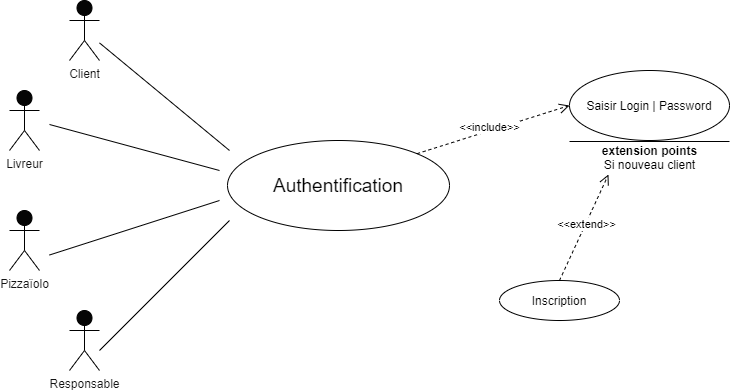
Before: Diag_GestionDuCompte/image4.png, a diagram exported from draw.io (Eidocode/OC_Project4). Source tidied: cells renumbered, new cells last; positions are measured from the earlier drawing's top-left corner, leaving out a move shared by most shapes. The source it was exported from:
```xml
<mxGraphModel>
  <root>
    <mxCell id="0" />
    <mxCell id="1" parent="0" />
    <mxCell id="2" value="Client" style="shape=umlActor;verticalLabelPosition=bottom;labelBackgroundColor=#ffffff;verticalAlign=top;html=1;fillColor=#050505;fontSize=12;fontColor=#141414;align=center;" parent="1" vertex="1">
      <mxGeometry x="60" width="30" height="60" as="geometry" />
    </mxCell>
    <mxCell id="3" value="Livreur" style="shape=umlActor;verticalLabelPosition=bottom;labelBackgroundColor=#ffffff;verticalAlign=top;html=1;fillColor=#050505;fontSize=12;fontColor=#141414;align=center;" parent="1" vertex="1">
      <mxGeometry y="90" width="30" height="60" as="geometry" />
    </mxCell>
    <mxCell id="4" value="Pizzaïolo" style="shape=umlActor;verticalLabelPosition=bottom;labelBackgroundColor=#ffffff;verticalAlign=top;html=1;fillColor=#050505;fontSize=12;fontColor=#141414;align=center;" parent="1" vertex="1">
      <mxGeometry y="210" width="30" height="60" as="geometry" />
    </mxCell>
    <mxCell id="5" value="Responsable" style="shape=umlActor;verticalLabelPosition=bottom;labelBackgroundColor=#ffffff;verticalAlign=top;html=1;fillColor=#050505;fontSize=12;fontColor=#141414;align=center;" parent="1" vertex="1">
      <mxGeometry x="60" y="310" width="30" height="60" as="geometry" />
    </mxCell>
    <mxCell id="6" style="endArrow=none;html=1;fontSize=12;fontColor=#141414;" parent="1" edge="1" source="2">
      <mxGeometry relative="1" as="geometry">
        <mxPoint x="220" y="150" as="targetPoint" />
      </mxGeometry>
    </mxCell>
    <mxCell id="7" style="endArrow=none;html=1;fontSize=12;fontColor=#141414;" parent="1" edge="1">
      <mxGeometry relative="1" as="geometry">
        <mxPoint x="40" y="124" as="sourcePoint" />
        <mxPoint x="210" y="170" as="targetPoint" />
      </mxGeometry>
    </mxCell>
    <mxCell id="8" style="endArrow=none;html=1;fontSize=12;fontColor=#141414;" parent="1" edge="1">
      <mxGeometry relative="1" as="geometry">
        <mxPoint x="90" y="350" as="sourcePoint" />
        <mxPoint x="220" y="220" as="targetPoint" />
      </mxGeometry>
    </mxCell>
    <mxCell id="9" style="endArrow=none;html=1;fontSize=12;fontColor=#141414;" parent="1" edge="1">
      <mxGeometry relative="1" as="geometry">
        <mxPoint x="40" y="254.5" as="sourcePoint" />
        <mxPoint x="210" y="200" as="targetPoint" />
      </mxGeometry>
    </mxCell>
    <mxCell id="10" value="&lt;font style=&quot;font-size: 19px&quot;&gt;Authentification&lt;/font&gt;" style="ellipse;whiteSpace=wrap;html=1;" parent="1" vertex="1">
      <mxGeometry x="218" y="140" width="222" height="90" as="geometry" />
    </mxCell>
    <mxCell id="11" value="Saisir Login | Password" style="ellipse;whiteSpace=wrap;html=1;" parent="1" vertex="1">
      <mxGeometry x="560" y="70" width="160" height="70" as="geometry" />
    </mxCell>
    <mxCell id="12" value="Inscription" style="ellipse;whiteSpace=wrap;html=1;" parent="1" vertex="1">
      <mxGeometry x="490" y="280" width="120" height="40" as="geometry" />
    </mxCell>
    <mxCell id="13" value="&amp;lt;&amp;lt;include&amp;gt;&amp;gt;" style="html=1;verticalAlign=bottom;endArrow=open;dashed=1;endSize=8;entryX=0;entryY=0.5;entryDx=0;entryDy=0;exitX=1;exitY=0;exitDx=0;exitDy=0;" parent="1" edge="1" source="10" target="11">
      <mxGeometry x="-0.07" y="-5" relative="1" as="geometry" />
    </mxCell>
    <mxCell id="14" value="&amp;lt;&amp;lt;extend&amp;gt;&amp;gt;" style="html=1;verticalAlign=bottom;endArrow=open;dashed=1;endSize=8;exitX=0.5;exitY=0;exitDx=0;exitDy=0;entryX=0.127;entryY=1.067;entryDx=0;entryDy=0;entryPerimeter=0;" parent="1" edge="1" source="12" target="16">
      <mxGeometry x="-0.07" y="-5" relative="1" as="geometry" />
    </mxCell>
    <mxCell id="15" style="line;strokeWidth=1;fillColor=none;align=left;verticalAlign=middle;spacingTop=-1;spacingLeft=3;spacingRight=3;labelPosition=right;" parent="1" vertex="1">
      <mxGeometry x="560" y="140" width="160" height="2" as="geometry" />
    </mxCell>
    <mxCell id="16" value="&lt;font style=&quot;font-size: 12px&quot;&gt;&lt;b&gt;extension points&lt;/b&gt;&lt;br&gt;Si nouveau client&lt;/font&gt;" style="text;html=1;align=center;verticalAlign=middle;points=[];" parent="1" vertex="1">
      <mxGeometry x="585" y="142" width="110" height="30" as="geometry" />
    </mxCell>
  </root>
</mxGraphModel>
```
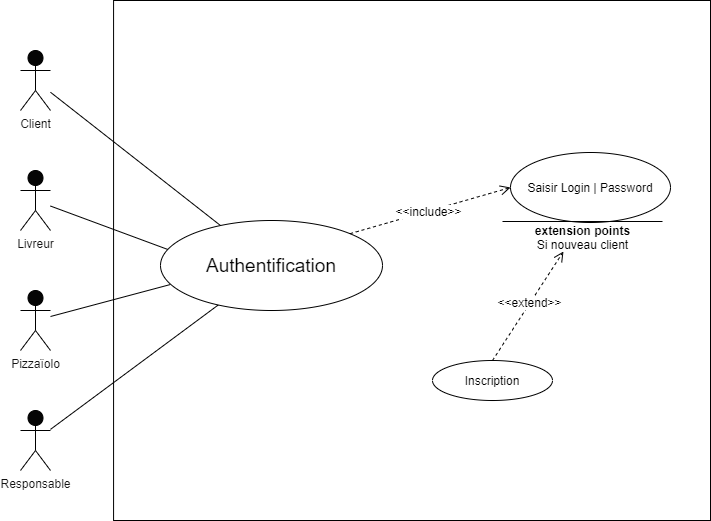
After the commit.

The edit, as a diff of the source:
```diff
@@ -2,61 +2,53 @@
   <root>
     <mxCell id="0" />
     <mxCell id="1" parent="0" />
+    <mxCell id="17" style="rounded=0;whiteSpace=wrap;html=1;fillColor=none;" parent="1" vertex="1">
+      <mxGeometry x="63.1" y="-80" width="596.9" height="520" as="geometry" />
+    </mxCell>
     <mxCell id="2" value="Client" style="shape=umlActor;verticalLabelPosition=bottom;labelBackgroundColor=#ffffff;verticalAlign=top;html=1;fillColor=#050505;fontSize=12;fontColor=#141414;align=center;" parent="1" vertex="1">
-      <mxGeometry x="60" width="30" height="60" as="geometry" />
+      <mxGeometry x="-30" y="-30" width="30" height="60" as="geometry" />
     </mxCell>
     <mxCell id="3" value="Livreur" style="shape=umlActor;verticalLabelPosition=bottom;labelBackgroundColor=#ffffff;verticalAlign=top;html=1;fillColor=#050505;fontSize=12;fontColor=#141414;align=center;" parent="1" vertex="1">
-      <mxGeometry y="90" width="30" height="60" as="geometry" />
+      <mxGeometry x="-30" y="90" width="30" height="60" as="geometry" />
     </mxCell>
     <mxCell id="4" value="Pizzaïolo" style="shape=umlActor;verticalLabelPosition=bottom;labelBackgroundColor=#ffffff;verticalAlign=top;html=1;fillColor=#050505;fontSize=12;fontColor=#141414;align=center;" parent="1" vertex="1">
-      <mxGeometry y="210" width="30" height="60" as="geometry" />
+      <mxGeometry x="-30" y="210" width="30" height="60" as="geometry" />
     </mxCell>
     <mxCell id="5" value="Responsable" style="shape=umlActor;verticalLabelPosition=bottom;labelBackgroundColor=#ffffff;verticalAlign=top;html=1;fillColor=#050505;fontSize=12;fontColor=#141414;align=center;" parent="1" vertex="1">
-      <mxGeometry x="60" y="310" width="30" height="60" as="geometry" />
+      <mxGeometry x="-30" y="330" width="30" height="60" as="geometry" />
     </mxCell>
-    <mxCell id="6" style="endArrow=none;html=1;fontSize=12;fontColor=#141414;" parent="1" edge="1" source="2">
-      <mxGeometry relative="1" as="geometry">
-        <mxPoint x="220" y="150" as="targetPoint" />
-      </mxGeometry>
+    <mxCell id="6" style="endArrow=none;html=1;fontSize=12;fontColor=#141414;" parent="1" edge="1" source="2" target="10">
+      <mxGeometry relative="1" as="geometry" />
     </mxCell>
-    <mxCell id="7" style="endArrow=none;html=1;fontSize=12;fontColor=#141414;" parent="1" edge="1">
-      <mxGeometry relative="1" as="geometry">
-        <mxPoint x="40" y="124" as="sourcePoint" />
-        <mxPoint x="210" y="170" as="targetPoint" />
-      </mxGeometry>
+    <mxCell id="7" style="endArrow=none;html=1;fontSize=12;fontColor=#141414;entryX=0.045;entryY=0.333;entryDx=0;entryDy=0;entryPerimeter=0;" parent="1" edge="1" source="3" target="10">
+      <mxGeometry relative="1" as="geometry" />
     </mxCell>
-    <mxCell id="8" style="endArrow=none;html=1;fontSize=12;fontColor=#141414;" parent="1" edge="1">
-      <mxGeometry relative="1" as="geometry">
-        <mxPoint x="90" y="350" as="sourcePoint" />
-        <mxPoint x="220" y="220" as="targetPoint" />
-      </mxGeometry>
+    <mxCell id="8" style="endArrow=none;html=1;fontSize=12;fontColor=#141414;" parent="1" edge="1" source="5" target="10">
+      <mxGeometry relative="1" as="geometry" />
     </mxCell>
-    <mxCell id="9" style="endArrow=none;html=1;fontSize=12;fontColor=#141414;" parent="1" edge="1">
-      <mxGeometry relative="1" as="geometry">
-        <mxPoint x="40" y="254.5" as="sourcePoint" />
-        <mxPoint x="210" y="200" as="targetPoint" />
-      </mxGeometry>
+    <mxCell id="9" style="endArrow=none;html=1;fontSize=12;fontColor=#141414;entryX=0.045;entryY=0.711;entryDx=0;entryDy=0;entryPerimeter=0;" parent="1" edge="1" source="4" target="10">
+      <mxGeometry relative="1" as="geometry" />
     </mxCell>
     <mxCell id="10" value="&lt;font style=&quot;font-size: 19px&quot;&gt;Authentification&lt;/font&gt;" style="ellipse;whiteSpace=wrap;html=1;" parent="1" vertex="1">
-      <mxGeometry x="218" y="140" width="222" height="90" as="geometry" />
+      <mxGeometry x="110" y="140" width="222" height="90" as="geometry" />
     </mxCell>
     <mxCell id="11" value="Saisir Login | Password" style="ellipse;whiteSpace=wrap;html=1;" parent="1" vertex="1">
-      <mxGeometry x="560" y="70" width="160" height="70" as="geometry" />
+      <mxGeometry x="460" y="72" width="160" height="70" as="geometry" />
     </mxCell>
     <mxCell id="12" value="Inscription" style="ellipse;whiteSpace=wrap;html=1;" parent="1" vertex="1">
-      <mxGeometry x="490" y="280" width="120" height="40" as="geometry" />
+      <mxGeometry x="382" y="280" width="120" height="40" as="geometry" />
     </mxCell>
-    <mxCell id="13" value="&amp;lt;&amp;lt;include&amp;gt;&amp;gt;" style="html=1;verticalAlign=bottom;endArrow=open;dashed=1;endSize=8;entryX=0;entryY=0.5;entryDx=0;entryDy=0;exitX=1;exitY=0;exitDx=0;exitDy=0;" parent="1" edge="1" source="10" target="11">
-      <mxGeometry x="-0.07" y="-5" relative="1" as="geometry" />
+    <mxCell id="13" value="&amp;lt;&amp;lt;include&amp;gt;&amp;gt;" style="html=1;verticalAlign=bottom;endArrow=open;dashed=1;endSize=8;entryX=0;entryY=0.5;entryDx=0;entryDy=0;exitX=1;exitY=0;exitDx=0;exitDy=0;fontSize=12;" parent="1" edge="1" source="10" target="11">
+      <mxGeometry x="-0.06" y="-10" relative="1" as="geometry" />
     </mxCell>
-    <mxCell id="14" value="&amp;lt;&amp;lt;extend&amp;gt;&amp;gt;" style="html=1;verticalAlign=bottom;endArrow=open;dashed=1;endSize=8;exitX=0.5;exitY=0;exitDx=0;exitDy=0;entryX=0.127;entryY=1.067;entryDx=0;entryDy=0;entryPerimeter=0;" parent="1" edge="1" source="12" target="16">
+    <mxCell id="14" value="&amp;lt;&amp;lt;extend&amp;gt;&amp;gt;" style="html=1;verticalAlign=bottom;endArrow=open;dashed=1;endSize=8;exitX=0.5;exitY=0;exitDx=0;exitDy=0;entryX=0.327;entryY=0.967;entryDx=0;entryDy=0;entryPerimeter=0;fontSize=12;" parent="1" edge="1" source="12" target="16">
       <mxGeometry x="-0.07" y="-5" relative="1" as="geometry" />
     </mxCell>
     <mxCell id="15" style="line;strokeWidth=1;fillColor=none;align=left;verticalAlign=middle;spacingTop=-1;spacingLeft=3;spacingRight=3;labelPosition=right;" parent="1" vertex="1">
-      <mxGeometry x="560" y="140" width="160" height="2" as="geometry" />
+      <mxGeometry x="452" y="140" width="160" height="2" as="geometry" />
     </mxCell>
     <mxCell id="16" value="&lt;font style=&quot;font-size: 12px&quot;&gt;&lt;b&gt;extension points&lt;/b&gt;&lt;br&gt;Si nouveau client&lt;/font&gt;" style="text;html=1;align=center;verticalAlign=middle;points=[];" parent="1" vertex="1">
-      <mxGeometry x="585" y="142" width="110" height="30" as="geometry" />
+      <mxGeometry x="477" y="142" width="110" height="30" as="geometry" />
     </mxCell>
   </root>
 </mxGraphModel>
```
